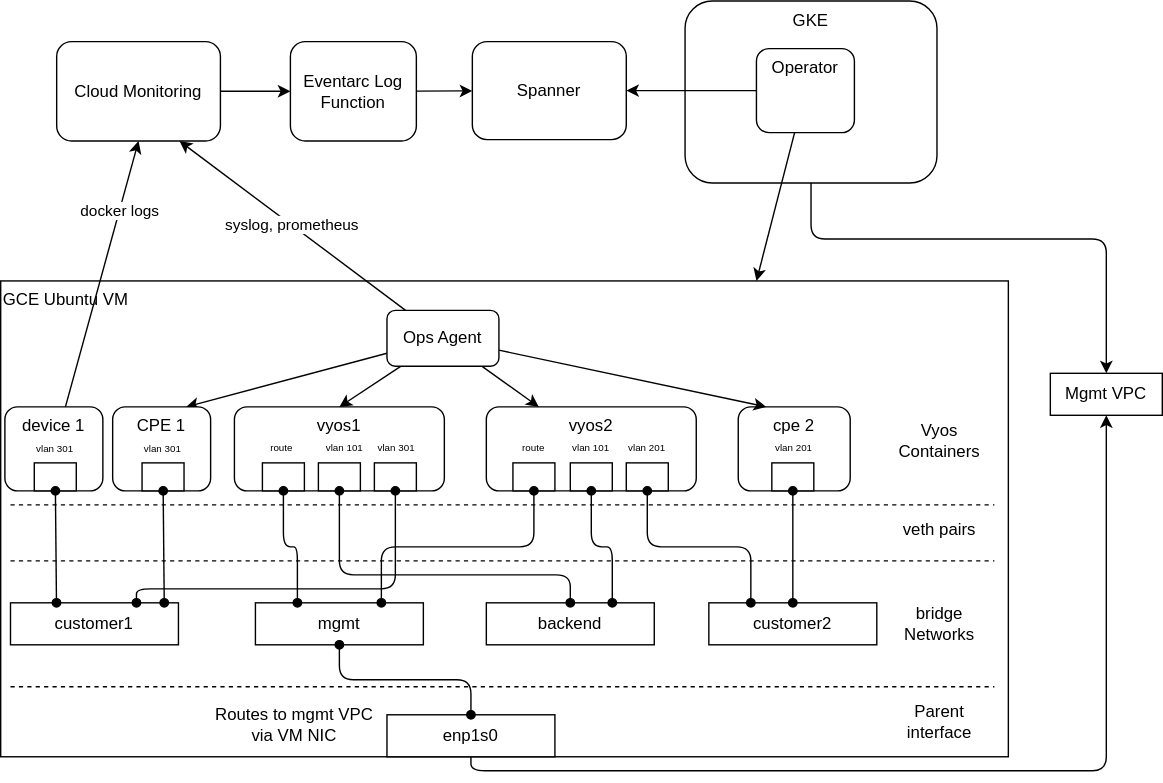
LeegenSteven/NetworkAgent-dev keeps this draw.io diagram as drawings/networking.drawio.svg. Above is the earlier version. Source tidied: cells renumbered, new cells last; positions are measured from the earlier drawing's top-left corner, leaving out a move shared by most shapes. The source it was exported from:
```xml
<mxGraphModel>
  <root>
    <mxCell id="0" />
    <mxCell id="1" parent="0" />
    <mxCell id="2" value="GKE" style="rounded=1;whiteSpace=wrap;html=1;verticalAlign=top;" parent="1" vertex="1">
      <mxGeometry x="489" width="180" height="130" as="geometry" />
    </mxCell>
    <mxCell id="3" value="GCE Ubuntu VM" style="rounded=0;whiteSpace=wrap;html=1;verticalAlign=top;align=left;" parent="1" vertex="1">
      <mxGeometry y="200" width="720" height="340" as="geometry" />
    </mxCell>
    <mxCell id="4" value="vyos1" style="rounded=1;whiteSpace=wrap;html=1;verticalAlign=top;" parent="1" vertex="1">
      <mxGeometry x="167" y="290" width="150" height="60" as="geometry" />
    </mxCell>
    <mxCell id="5" value="vyos2" style="rounded=1;whiteSpace=wrap;html=1;verticalAlign=top;" parent="1" vertex="1">
      <mxGeometry x="347" y="290" width="150" height="60" as="geometry" />
    </mxCell>
    <mxCell id="6" style="rounded=0;whiteSpace=wrap;html=1;" parent="1" vertex="1">
      <mxGeometry x="187" y="330" width="30" height="20" as="geometry" />
    </mxCell>
    <mxCell id="7" style="rounded=0;whiteSpace=wrap;html=1;" parent="1" vertex="1">
      <mxGeometry x="227" y="330" width="30" height="20" as="geometry" />
    </mxCell>
    <mxCell id="8" style="rounded=0;whiteSpace=wrap;html=1;" parent="1" vertex="1">
      <mxGeometry x="267" y="330" width="30" height="20" as="geometry" />
    </mxCell>
    <mxCell id="9" style="rounded=0;whiteSpace=wrap;html=1;" parent="1" vertex="1">
      <mxGeometry x="366" y="330" width="30" height="20" as="geometry" />
    </mxCell>
    <mxCell id="10" style="rounded=0;whiteSpace=wrap;html=1;" parent="1" vertex="1">
      <mxGeometry x="407" y="330" width="30" height="20" as="geometry" />
    </mxCell>
    <mxCell id="11" style="rounded=0;whiteSpace=wrap;html=1;" parent="1" vertex="1">
      <mxGeometry x="447" y="330" width="30" height="20" as="geometry" />
    </mxCell>
    <mxCell id="12" value="cpe 2" style="rounded=1;whiteSpace=wrap;html=1;verticalAlign=top;" parent="1" vertex="1">
      <mxGeometry x="527" y="290" width="80" height="60" as="geometry" />
    </mxCell>
    <mxCell id="13" style="rounded=0;whiteSpace=wrap;html=1;" parent="1" vertex="1">
      <mxGeometry x="551" y="330" width="30" height="20" as="geometry" />
    </mxCell>
    <mxCell id="14" value="docker logs" style="edgeStyle=none;html=1;entryX=0.5;entryY=1;entryDx=0;entryDy=0;" parent="1" edge="1" source="15" target="61">
      <mxGeometry x="0.47" relative="1" as="geometry" />
    </mxCell>
    <mxCell id="15" value="device 1" style="rounded=1;whiteSpace=wrap;html=1;verticalAlign=top;" parent="1" vertex="1">
      <mxGeometry x="3" y="290" width="70" height="60" as="geometry" />
    </mxCell>
    <mxCell id="16" style="rounded=0;whiteSpace=wrap;html=1;" parent="1" vertex="1">
      <mxGeometry x="24" y="330" width="30" height="20" as="geometry" />
    </mxCell>
    <mxCell id="17" value="mgmt" style="rounded=0;whiteSpace=wrap;html=1;" parent="1" vertex="1">
      <mxGeometry x="182" y="430" width="120" height="30" as="geometry" />
    </mxCell>
    <mxCell id="18" value="backend" style="rounded=0;whiteSpace=wrap;html=1;" parent="1" vertex="1">
      <mxGeometry x="347" y="430" width="120" height="30" as="geometry" />
    </mxCell>
    <mxCell id="19" value="customer2" style="rounded=0;whiteSpace=wrap;html=1;" parent="1" vertex="1">
      <mxGeometry x="506" y="430" width="120" height="30" as="geometry" />
    </mxCell>
    <mxCell id="20" value="customer1" style="rounded=0;whiteSpace=wrap;html=1;" parent="1" vertex="1">
      <mxGeometry x="7" y="430" width="120" height="30" as="geometry" />
    </mxCell>
    <mxCell id="21" style="edgeStyle=orthogonalEdgeStyle;html=1;entryX=0.5;entryY=1;entryDx=0;entryDy=0;exitX=0.5;exitY=1;exitDx=0;exitDy=0;" parent="1" edge="1" source="22" target="49">
      <mxGeometry relative="1" as="geometry" />
    </mxCell>
    <mxCell id="22" value="enp1s0" style="rounded=0;whiteSpace=wrap;html=1;" parent="1" vertex="1">
      <mxGeometry x="276" y="510" width="120" height="30" as="geometry" />
    </mxCell>
    <mxCell id="23" style="edgeStyle=orthogonalEdgeStyle;html=1;entryX=0.25;entryY=0;entryDx=0;entryDy=0;exitX=0.5;exitY=1;exitDx=0;exitDy=0;startArrow=oval;startFill=1;endArrow=oval;endFill=1;" parent="1" edge="1" source="6" target="17">
      <mxGeometry relative="1" as="geometry" />
    </mxCell>
    <mxCell id="24" style="edgeStyle=orthogonalEdgeStyle;html=1;exitX=0.5;exitY=1;exitDx=0;exitDy=0;endArrow=oval;endFill=1;startArrow=oval;startFill=1;" parent="1" edge="1" source="7" target="18">
      <mxGeometry relative="1" as="geometry">
        <Array as="points">
          <mxPoint x="242" y="410" />
          <mxPoint x="407" y="410" />
        </Array>
      </mxGeometry>
    </mxCell>
    <mxCell id="25" style="edgeStyle=orthogonalEdgeStyle;html=1;endArrow=oval;endFill=1;startArrow=oval;startFill=1;entryX=0.75;entryY=0;entryDx=0;entryDy=0;exitX=0.5;exitY=1;exitDx=0;exitDy=0;" parent="1" edge="1" source="8" target="20">
      <mxGeometry relative="1" as="geometry">
        <Array as="points">
          <mxPoint x="282" y="420" />
          <mxPoint x="97" y="420" />
        </Array>
      </mxGeometry>
    </mxCell>
    <mxCell id="26" style="edgeStyle=orthogonalEdgeStyle;html=1;endArrow=oval;endFill=1;startArrow=oval;startFill=1;entryX=0.75;entryY=0;entryDx=0;entryDy=0;exitX=0.5;exitY=1;exitDx=0;exitDy=0;" parent="1" edge="1" source="9" target="17">
      <mxGeometry relative="1" as="geometry" />
    </mxCell>
    <mxCell id="27" style="edgeStyle=orthogonalEdgeStyle;html=1;endArrow=oval;endFill=1;startArrow=oval;startFill=1;entryX=0.75;entryY=0;entryDx=0;entryDy=0;" parent="1" edge="1" source="10" target="18">
      <mxGeometry relative="1" as="geometry" />
    </mxCell>
    <mxCell id="28" style="edgeStyle=orthogonalEdgeStyle;html=1;exitX=0.5;exitY=1;exitDx=0;exitDy=0;endArrow=oval;endFill=1;startArrow=oval;startFill=1;entryX=0.5;entryY=0;entryDx=0;entryDy=0;" parent="1" edge="1" source="13" target="19">
      <mxGeometry relative="1" as="geometry" />
    </mxCell>
    <mxCell id="29" style="edgeStyle=orthogonalEdgeStyle;html=1;endArrow=oval;endFill=1;startArrow=oval;startFill=1;entryX=0.25;entryY=0;entryDx=0;entryDy=0;exitX=0.5;exitY=1;exitDx=0;exitDy=0;" parent="1" edge="1" source="11" target="19">
      <mxGeometry relative="1" as="geometry" />
    </mxCell>
    <mxCell id="30" value="vlan 201" style="text;html=1;align=center;verticalAlign=middle;whiteSpace=wrap;rounded=0;fontSize=7;" parent="1" vertex="1">
      <mxGeometry x="552" y="310" width="30" height="20" as="geometry" />
    </mxCell>
    <mxCell id="31" value="vlan 201" style="text;html=1;align=center;verticalAlign=middle;whiteSpace=wrap;rounded=0;fontSize=7;" parent="1" vertex="1">
      <mxGeometry x="447" y="310" width="30" height="20" as="geometry" />
    </mxCell>
    <mxCell id="32" value="vlan 101" style="text;html=1;align=center;verticalAlign=middle;whiteSpace=wrap;rounded=0;fontSize=7;" parent="1" vertex="1">
      <mxGeometry x="407" y="310" width="30" height="20" as="geometry" />
    </mxCell>
    <mxCell id="33" value="route" style="text;html=1;align=center;verticalAlign=middle;whiteSpace=wrap;rounded=0;fontSize=7;" parent="1" vertex="1">
      <mxGeometry x="366" y="310" width="30" height="20" as="geometry" />
    </mxCell>
    <mxCell id="34" value="vlan 301" style="text;html=1;align=center;verticalAlign=middle;whiteSpace=wrap;rounded=0;fontSize=7;" parent="1" vertex="1">
      <mxGeometry x="268" y="310" width="30" height="20" as="geometry" />
    </mxCell>
    <mxCell id="35" value="vlan 101" style="text;html=1;align=center;verticalAlign=middle;whiteSpace=wrap;rounded=0;fontSize=7;" parent="1" vertex="1">
      <mxGeometry x="227" y="310" width="38" height="20" as="geometry" />
    </mxCell>
    <mxCell id="36" value="route" style="text;html=1;align=center;verticalAlign=middle;whiteSpace=wrap;rounded=0;fontSize=7;" parent="1" vertex="1">
      <mxGeometry x="186" y="310" width="30" height="20" as="geometry" />
    </mxCell>
    <mxCell id="37" style="edgeStyle=none;html=1;endArrow=oval;endFill=1;startArrow=oval;startFill=1;" parent="1" edge="1" source="16">
      <mxGeometry relative="1" as="geometry">
        <mxPoint x="39.9" y="430" as="targetPoint" />
      </mxGeometry>
    </mxCell>
    <mxCell id="38" value="vlan 301" style="text;html=1;align=center;verticalAlign=middle;whiteSpace=wrap;rounded=0;fontSize=7;" parent="1" vertex="1">
      <mxGeometry x="24" y="311" width="30" height="20" as="geometry" />
    </mxCell>
    <mxCell id="39" value="bridge Networks" style="text;html=1;align=center;verticalAlign=middle;whiteSpace=wrap;rounded=0;" parent="1" vertex="1">
      <mxGeometry x="641" y="430" width="60" height="30" as="geometry" />
    </mxCell>
    <mxCell id="40" value="Parent interface" style="text;html=1;align=center;verticalAlign=middle;whiteSpace=wrap;rounded=0;" parent="1" vertex="1">
      <mxGeometry x="641" y="500" width="60" height="30" as="geometry" />
    </mxCell>
    <mxCell id="41" style="endArrow=none;html=1;dashed=1;" parent="1" edge="1">
      <mxGeometry relative="1" as="geometry">
        <mxPoint x="7" y="490" as="sourcePoint" />
        <mxPoint x="710" y="490" as="targetPoint" />
      </mxGeometry>
    </mxCell>
    <mxCell id="42" style="endArrow=none;html=1;dashed=1;" parent="1" edge="1">
      <mxGeometry relative="1" as="geometry">
        <mxPoint x="7" y="400" as="sourcePoint" />
        <mxPoint x="710" y="400" as="targetPoint" />
      </mxGeometry>
    </mxCell>
    <mxCell id="43" value="Vyos Containers" style="text;html=1;align=center;verticalAlign=middle;whiteSpace=wrap;rounded=0;" parent="1" vertex="1">
      <mxGeometry x="641" y="296" width="60" height="35" as="geometry" />
    </mxCell>
    <mxCell id="44" value="veth pairs" style="text;html=1;align=center;verticalAlign=middle;whiteSpace=wrap;rounded=0;" parent="1" vertex="1">
      <mxGeometry x="641" y="360" width="60" height="35" as="geometry" />
    </mxCell>
    <mxCell id="45" style="endArrow=none;html=1;dashed=1;" parent="1" edge="1">
      <mxGeometry relative="1" as="geometry">
        <mxPoint x="7" y="360" as="sourcePoint" />
        <mxPoint x="710" y="360" as="targetPoint" />
      </mxGeometry>
    </mxCell>
    <mxCell id="46" style="edgeStyle=none;html=1;" parent="1" edge="1" source="48" target="53">
      <mxGeometry relative="1" as="geometry" />
    </mxCell>
    <mxCell id="47" style="edgeStyle=none;html=1;entryX=0.75;entryY=0;entryDx=0;entryDy=0;" parent="1" edge="1" source="48" target="3">
      <mxGeometry relative="1" as="geometry" />
    </mxCell>
    <mxCell id="48" value="Operator" style="rounded=1;whiteSpace=wrap;html=1;verticalAlign=top;" parent="1" vertex="1">
      <mxGeometry x="540" y="34" width="70" height="60" as="geometry" />
    </mxCell>
    <mxCell id="49" value="Mgmt VPC" style="rounded=0;whiteSpace=wrap;html=1;rotation=0;" parent="1" vertex="1">
      <mxGeometry x="750" y="266" width="80" height="30" as="geometry" />
    </mxCell>
    <mxCell id="50" style="edgeStyle=orthogonalEdgeStyle;html=1;entryX=0.5;entryY=0;entryDx=0;entryDy=0;exitX=0.5;exitY=1;exitDx=0;exitDy=0;" parent="1" edge="1" source="2" target="49">
      <mxGeometry relative="1" as="geometry">
        <Array as="points">
          <mxPoint x="579" y="170" />
          <mxPoint x="790" y="170" />
        </Array>
      </mxGeometry>
    </mxCell>
    <mxCell id="51" style="edgeStyle=orthogonalEdgeStyle;html=1;exitX=0.5;exitY=1;exitDx=0;exitDy=0;startArrow=oval;startFill=1;endArrow=oval;endFill=1;" parent="1" edge="1" source="17" target="22">
      <mxGeometry relative="1" as="geometry" />
    </mxCell>
    <mxCell id="52" value="Routes to mgmt VPC via VM NIC" style="text;html=1;align=center;verticalAlign=middle;whiteSpace=wrap;rounded=0;" parent="1" vertex="1">
      <mxGeometry x="152" y="502" width="116" height="30" as="geometry" />
    </mxCell>
    <mxCell id="53" value="Spanner" style="rounded=1;whiteSpace=wrap;html=1;verticalAlign=middle;" parent="1" vertex="1">
      <mxGeometry x="337" y="29" width="110" height="70" as="geometry" />
    </mxCell>
    <mxCell id="54" value="syslog, prometheus" style="edgeStyle=none;html=1;entryX=0.75;entryY=1;entryDx=0;entryDy=0;" parent="1" edge="1" source="59" target="61">
      <mxGeometry relative="1" as="geometry" />
    </mxCell>
    <mxCell id="55" style="edgeStyle=none;html=1;entryX=0.5;entryY=0;entryDx=0;entryDy=0;" parent="1" edge="1" source="59" target="4">
      <mxGeometry relative="1" as="geometry" />
    </mxCell>
    <mxCell id="56" style="edgeStyle=none;html=1;entryX=0.25;entryY=0;entryDx=0;entryDy=0;" parent="1" edge="1" source="59" target="5">
      <mxGeometry relative="1" as="geometry" />
    </mxCell>
    <mxCell id="57" style="edgeStyle=none;html=1;entryX=0.75;entryY=0;entryDx=0;entryDy=0;" parent="1" edge="1" source="59" target="64">
      <mxGeometry relative="1" as="geometry" />
    </mxCell>
    <mxCell id="58" style="edgeStyle=none;html=1;entryX=0.25;entryY=0;entryDx=0;entryDy=0;" parent="1" edge="1" source="59" target="12">
      <mxGeometry relative="1" as="geometry" />
    </mxCell>
    <mxCell id="59" value="Ops Agent" style="rounded=1;whiteSpace=wrap;html=1;verticalAlign=middle;" parent="1" vertex="1">
      <mxGeometry x="276" y="221" width="80" height="40" as="geometry" />
    </mxCell>
    <mxCell id="60" style="edgeStyle=none;html=1;" parent="1" edge="1" source="61" target="63">
      <mxGeometry relative="1" as="geometry" />
    </mxCell>
    <mxCell id="61" value="Cloud Monitoring" style="rounded=1;whiteSpace=wrap;html=1;verticalAlign=middle;" parent="1" vertex="1">
      <mxGeometry x="40" y="29" width="117" height="71" as="geometry" />
    </mxCell>
    <mxCell id="62" style="edgeStyle=none;html=1;" parent="1" edge="1" source="63" target="53">
      <mxGeometry relative="1" as="geometry" />
    </mxCell>
    <mxCell id="63" value="Eventarc Log Function" style="rounded=1;whiteSpace=wrap;html=1;verticalAlign=middle;" parent="1" vertex="1">
      <mxGeometry x="207" y="29" width="90" height="71" as="geometry" />
    </mxCell>
    <mxCell id="64" value="CPE 1" style="rounded=1;whiteSpace=wrap;html=1;verticalAlign=top;" parent="1" vertex="1">
      <mxGeometry x="80" y="290" width="70" height="60" as="geometry" />
    </mxCell>
    <mxCell id="65" style="rounded=0;whiteSpace=wrap;html=1;" parent="1" vertex="1">
      <mxGeometry x="101" y="330" width="30" height="20" as="geometry" />
    </mxCell>
    <mxCell id="66" style="edgeStyle=none;html=1;endArrow=oval;endFill=1;startArrow=oval;startFill=1;" parent="1" edge="1" source="65">
      <mxGeometry relative="1" as="geometry">
        <mxPoint x="116.9" y="430" as="targetPoint" />
      </mxGeometry>
    </mxCell>
    <mxCell id="67" value="vlan 301" style="text;html=1;align=center;verticalAlign=middle;whiteSpace=wrap;rounded=0;fontSize=7;" parent="1" vertex="1">
      <mxGeometry x="101" y="311" width="30" height="20" as="geometry" />
    </mxCell>
  </root>
</mxGraphModel>
```
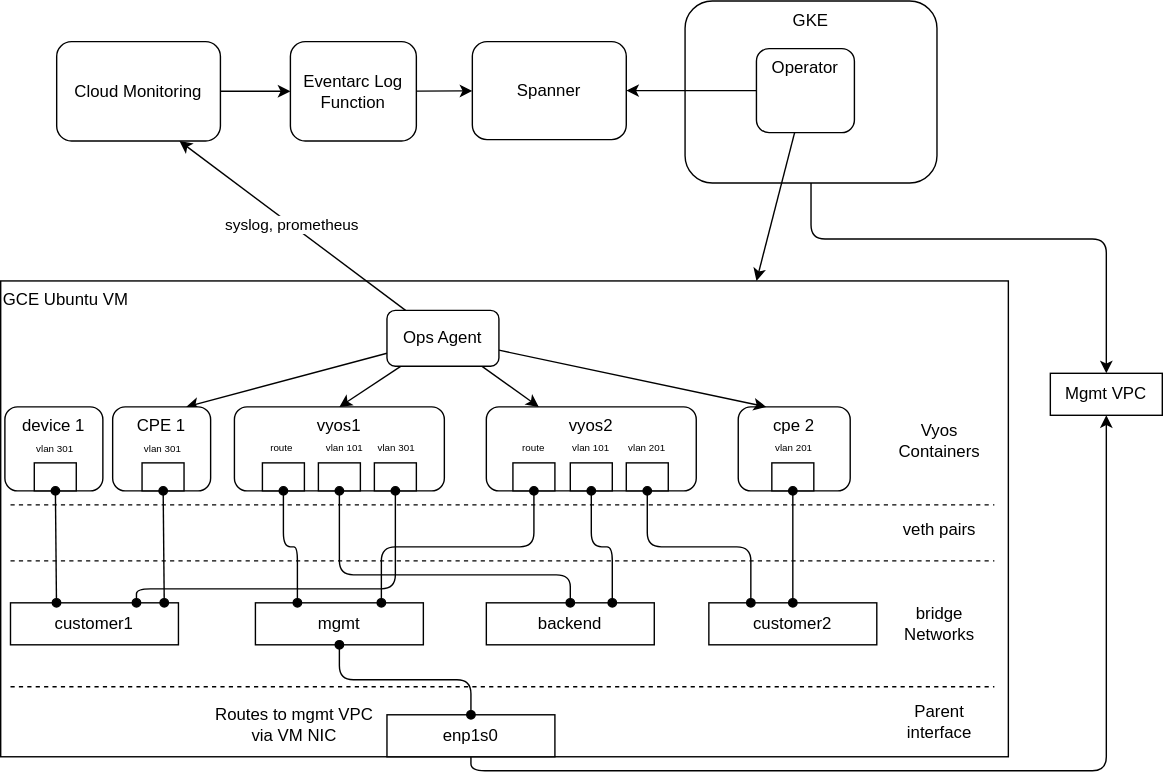
After the change.

What changed in the source:
```diff
@@ -38,9 +38,6 @@
     <mxCell id="13" style="rounded=0;whiteSpace=wrap;html=1;" parent="1" vertex="1">
       <mxGeometry x="551" y="330" width="30" height="20" as="geometry" />
     </mxCell>
-    <mxCell id="14" value="docker logs" style="edgeStyle=none;html=1;entryX=0.5;entryY=1;entryDx=0;entryDy=0;" parent="1" edge="1" source="15" target="61">
-      <mxGeometry x="0.47" relative="1" as="geometry" />
-    </mxCell>
     <mxCell id="15" value="device 1" style="rounded=1;whiteSpace=wrap;html=1;verticalAlign=top;" parent="1" vertex="1">
       <mxGeometry x="3" y="290" width="70" height="60" as="geometry" />
     </mxCell>
```
